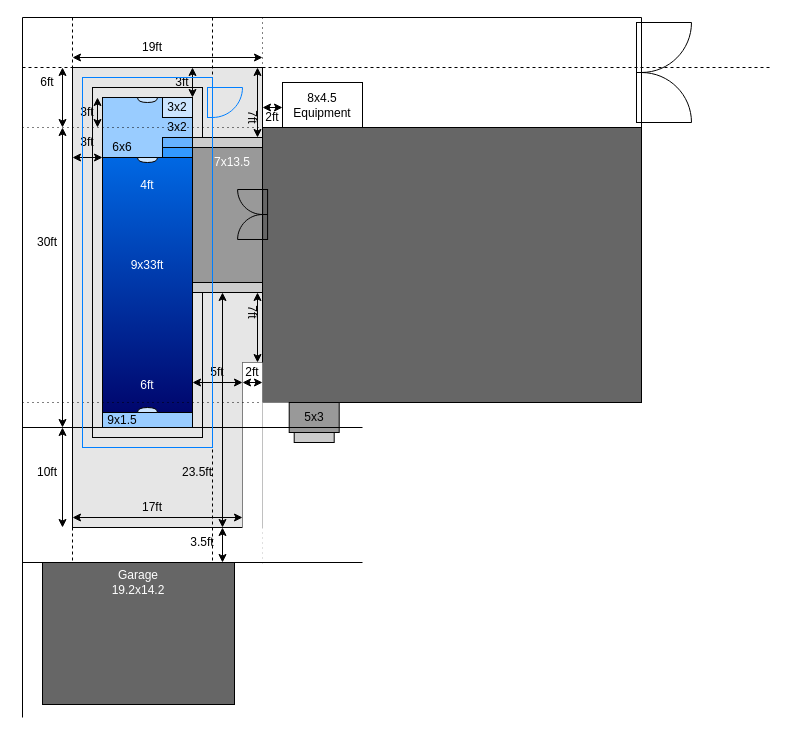
Above: PoolPlan.drawio in hikumealan/draw-io-diagrams (draw.io), before the change. Source tidied: cells renumbered, new cells numbered last; positions are measured from the earlier drawing's top-left corner, leaving out a move shared by most shapes. Both pictures are drawn from the tidied source at 100%, with x=0, y=0 at pixel (17, 17).
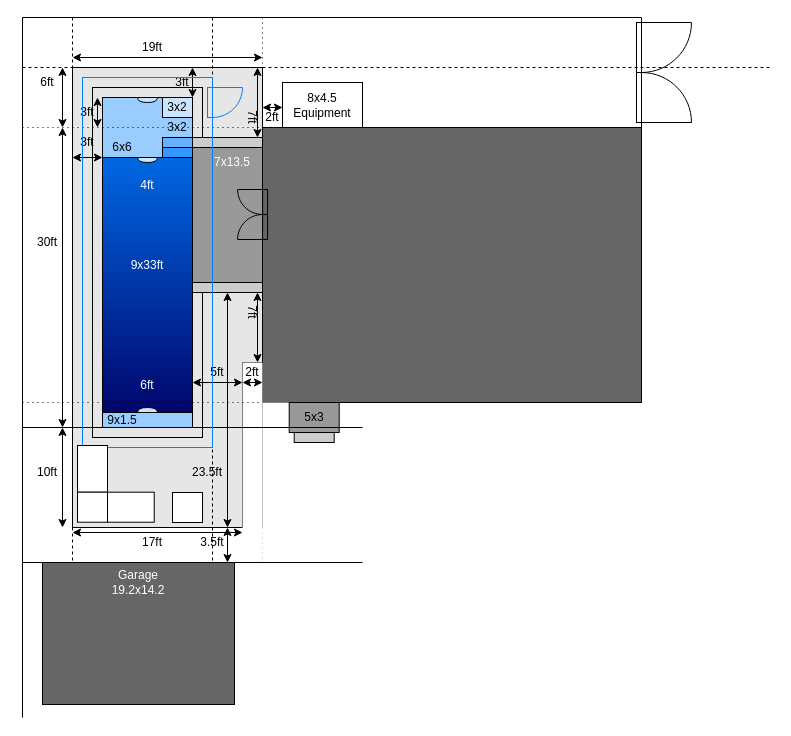
Above is the later version.

Diff of the diagram source:
```diff
@@
     <mxCell id="47" style="endArrow=classic;startArrow=classic;html=1;rounded=0;fontColor=#FFFFFF;" parent="1" edge="1">
       <mxGeometry relative="1" as="geometry">
-        <mxPoint x="55" y="500" as="sourcePoint" />
-        <mxPoint x="225" y="500" as="targetPoint" />
+        <mxPoint x="55" y="515" as="sourcePoint" />
+        <mxPoint x="225" y="515" as="targetPoint" />
       </mxGeometry>
     </mxCell>
     <mxCell id="48" value="17ft" style="text;html=1;strokeColor=none;fillColor=none;align=center;verticalAlign=middle;whiteSpace=wrap;rounded=0;" parent="1" vertex="1">
-      <mxGeometry x="105" y="475" width="60" height="30" as="geometry" />
+      <mxGeometry x="105" y="510" width="60" height="30" as="geometry" />
     </mxCell>
@@
     <mxCell id="73" style="endArrow=classic;startArrow=classic;html=1;rounded=0;strokeColor=#000000;strokeWidth=1;" parent="1" edge="1">
       <mxGeometry relative="1" as="geometry">
-        <mxPoint x="205" y="510" as="sourcePoint" />
-        <mxPoint x="205" y="545" as="targetPoint" />
+        <mxPoint x="210" y="510" as="sourcePoint" />
+        <mxPoint x="210" y="545" as="targetPoint" />
       </mxGeometry>
     </mxCell>
     <mxCell id="74" value="3.5ft" style="text;html=1;strokeColor=none;fillColor=none;align=center;verticalAlign=middle;whiteSpace=wrap;rounded=0;" parent="1" vertex="1">
-      <mxGeometry x="155" y="510" width="60" height="30" as="geometry" />
+      <mxGeometry x="165" y="510" width="60" height="30" as="geometry" />
     </mxCell>
@@
     <mxCell id="83" style="endArrow=classic;startArrow=classic;html=1;rounded=0;fontColor=#FFFFFF;" parent="1" edge="1">
       <mxGeometry relative="1" as="geometry">
-        <mxPoint x="205" y="275" as="sourcePoint" />
-        <mxPoint x="205" y="510" as="targetPoint" />
+        <mxPoint x="210" y="275" as="sourcePoint" />
+        <mxPoint x="210" y="510" as="targetPoint" />
       </mxGeometry>
     </mxCell>
     <mxCell id="84" value="23.5ft" style="text;html=1;strokeColor=none;fillColor=none;align=center;verticalAlign=middle;whiteSpace=wrap;rounded=0;" parent="1" vertex="1">
-      <mxGeometry x="150" y="440" width="60" height="30" as="geometry" />
+      <mxGeometry x="160" y="440" width="60" height="30" as="geometry" />
     </mxCell>
+    <mxCell id="85" style="rounded=0;whiteSpace=wrap;html=1;" parent="1" vertex="1">
+      <mxGeometry x="155" y="475" width="30" height="30" as="geometry" />
+    </mxCell>
+    <mxCell id="86" style="group;" parent="1" vertex="1">
+      <mxGeometry x="60" y="428" width="76.7" height="76.7" as="geometry" />
+    </mxCell>
+    <mxCell id="87" style="rounded=0;whiteSpace=wrap;html=1;" parent="86" vertex="1">
+      <mxGeometry width="30" height="46.7" as="geometry" />
+    </mxCell>
+    <mxCell id="88" style="rounded=0;whiteSpace=wrap;html=1;direction=south;" parent="86" vertex="1">
+      <mxGeometry x="30" y="46.7" width="46.7" height="30" as="geometry" />
+    </mxCell>
+    <mxCell id="89" style="rounded=0;whiteSpace=wrap;html=1;" parent="86" vertex="1">
+      <mxGeometry y="46.7" width="30" height="30" as="geometry" />
+    </mxCell>
```
